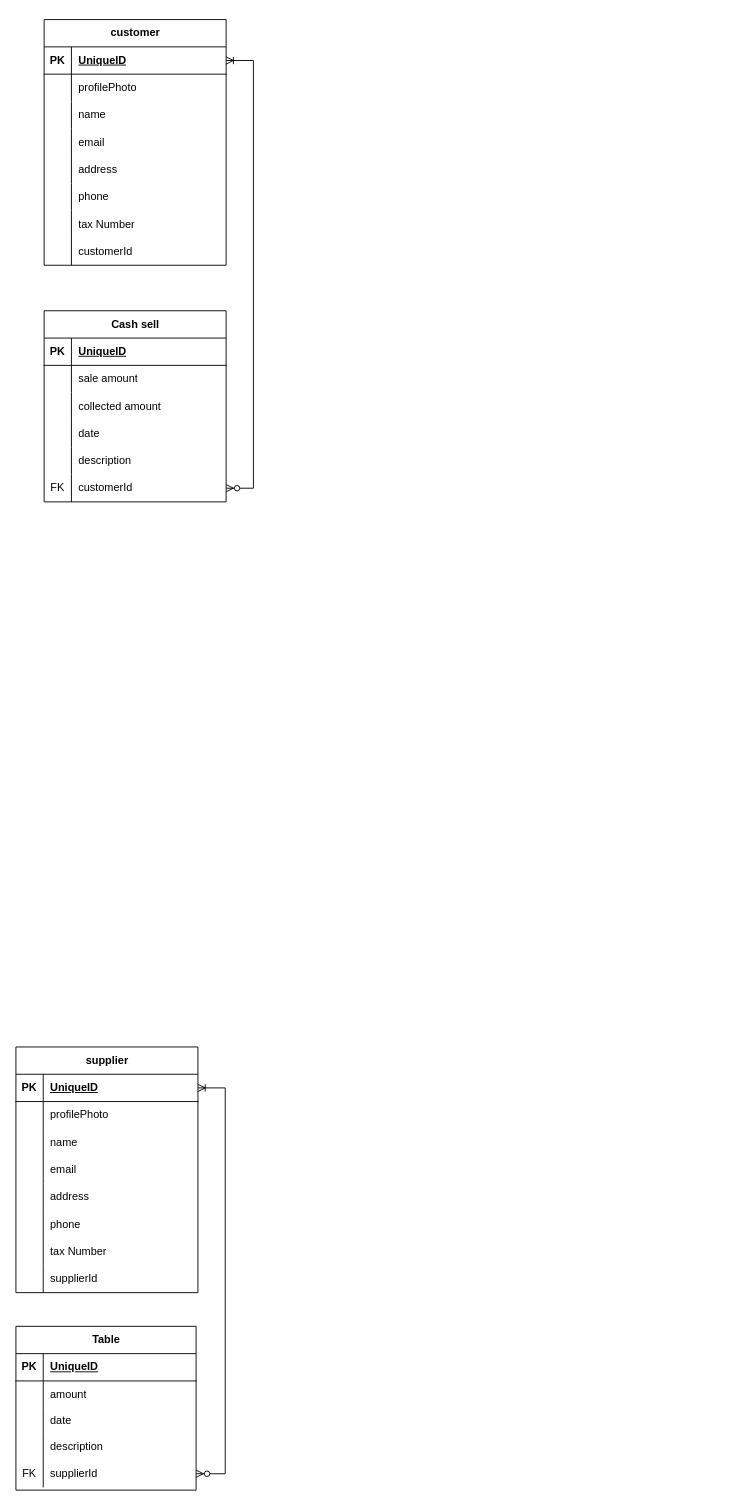
devsrakib/esBook keeps this draw.io diagram as databases/diagram.drawio. Above is the earlier version. Source tidied: cells renumbered, new cells numbered last; positions are measured from the earlier drawing's top-left corner, leaving out a move shared by most shapes. Both pictures are drawn from the tidied source at 91%, with x=0, y=0 at pixel (15, 19).
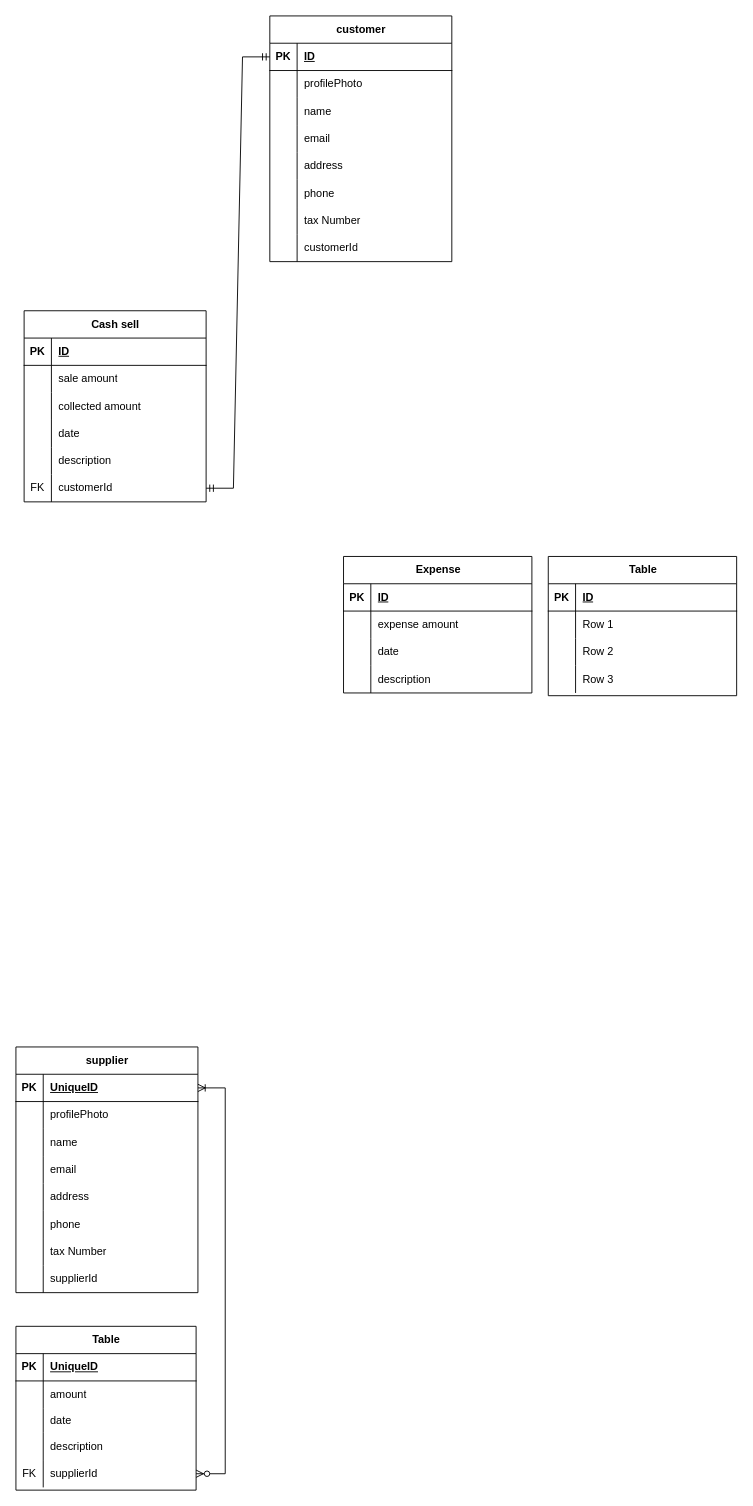
The same diagram, later.

Unchanged cells that the change refers to:
```xml
<mxCell id="3" style="shape=tableRow;horizontal=0;startSize=0;swimlaneHead=0;swimlaneBody=0;fillColor=none;points=[[0,0.5],[1,0.5]];portConstraint=eastwest;top=0;left=0;right=0;bottom=1;" parent="2" vertex="1">
  <mxGeometry y="30" width="200" height="30" as="geometry" />
</mxCell>
<mxCell id="28" style="shape=tableRow;horizontal=0;startSize=0;swimlaneHead=0;swimlaneBody=0;fillColor=none;top=0;left=0;right=0;bottom=1;" parent="27" vertex="1">
  <mxGeometry y="30" width="200" height="30" as="geometry" />
</mxCell>
<mxCell id="43" style="shape=tableRow;horizontal=0;startSize=0;swimlaneHead=0;swimlaneBody=0;fillColor=none;points=[[0,0.5],[1,0.5]];portConstraint=eastwest;top=0;left=0;right=0;bottom=0;" parent="27" vertex="1">
  <mxGeometry y="180" width="200" height="30" as="geometry" />
</mxCell>
```

Change to the diagram source:
```diff
@@
     <mxCell id="2" value="customer" style="shape=table;startSize=30;childLayout=tableLayout;rowLines=0;fontStyle=1;align=center;html=1;flipH=0;flipV=0;" parent="1" vertex="1">
-      <mxGeometry x="31" width="200" height="270" as="geometry" />
+      <mxGeometry x="279" y="-4" width="200" height="270" as="geometry" />
     </mxCell>
@@
-    <mxCell id="5" value="UniqueID" style="shape=partialRectangle;fillColor=none;top=0;left=0;bottom=0;right=0;align=left;spacingLeft=6;fontStyle=5;overflow=hidden;whiteSpace=wrap;html=1;" parent="3" vertex="1">
+    <mxCell id="5" value="ID" style="shape=partialRectangle;fillColor=none;top=0;left=0;bottom=0;right=0;align=left;spacingLeft=6;fontStyle=5;overflow=hidden;whiteSpace=wrap;html=1;" parent="3" vertex="1">
       <mxGeometry x="30" width="170" height="30" as="geometry" />
     </mxCell>
@@
     <mxCell id="27" value="Cash sell" style="shape=table;startSize=30;childLayout=tableLayout;rowLines=0;fontStyle=1;align=center;html=1;" parent="1" vertex="1">
-      <mxGeometry x="31" y="320" width="200" height="210" as="geometry" />
+      <mxGeometry x="9" y="320" width="200" height="210" as="geometry" />
     </mxCell>
@@
-    <mxCell id="30" value="UniqueID" style="shape=partialRectangle;fillColor=none;top=0;left=0;bottom=0;right=0;align=left;spacingLeft=6;fontStyle=5;overflow=hidden;whiteSpace=wrap;html=1;" parent="28" vertex="1">
+    <mxCell id="30" value="ID" style="shape=partialRectangle;fillColor=none;top=0;left=0;bottom=0;right=0;align=left;spacingLeft=6;fontStyle=5;overflow=hidden;whiteSpace=wrap;html=1;" parent="28" vertex="1">
       <mxGeometry x="30" width="170" height="30" as="geometry" />
     </mxCell>
@@
-    <mxCell id="71" style="edgeStyle=entityRelationEdgeStyle;fontSize=12;html=1;endArrow=ERoneToMany;startArrow=ERzeroToMany;rounded=0;exitX=1;exitY=0.5;exitDx=0;exitDy=0;" parent="1" edge="1" source="43" target="3">
-      <mxGeometry relative="1" as="geometry" />
-    </mxCell>
@@
+    <mxCell id="89" value="Expense" style="shape=table;startSize=30;childLayout=tableLayout;rowLines=0;fontStyle=1;align=center;html=1;" parent="1" vertex="1">
+      <mxGeometry x="360" y="590" width="207" height="150" as="geometry" />
+    </mxCell>
+    <mxCell id="90" style="shape=tableRow;horizontal=0;startSize=0;swimlaneHead=0;swimlaneBody=0;fillColor=none;top=0;left=0;right=0;bottom=1;" parent="89" vertex="1">
+      <mxGeometry y="30" width="207" height="30" as="geometry" />
+    </mxCell>
+    <mxCell id="91" value="PK" style="shape=partialRectangle;fillColor=none;top=0;left=0;bottom=0;right=0;fontStyle=1;overflow=hidden;whiteSpace=wrap;html=1;" parent="90" vertex="1">
+      <mxGeometry width="30" height="30" as="geometry" />
+    </mxCell>
+    <mxCell id="92" value="ID" style="shape=partialRectangle;fillColor=none;top=0;left=0;bottom=0;right=0;align=left;spacingLeft=6;fontStyle=5;overflow=hidden;whiteSpace=wrap;html=1;" parent="90" vertex="1">
+      <mxGeometry x="30" width="177" height="30" as="geometry" />
+    </mxCell>
+    <mxCell id="93" style="shape=tableRow;horizontal=0;startSize=0;swimlaneHead=0;swimlaneBody=0;fillColor=none;top=0;left=0;right=0;bottom=0;" parent="89" vertex="1">
+      <mxGeometry y="60" width="207" height="30" as="geometry" />
+    </mxCell>
+    <mxCell id="94" style="shape=partialRectangle;fillColor=none;top=0;left=0;bottom=0;right=0;overflow=hidden;whiteSpace=wrap;html=1;" parent="93" vertex="1">
+      <mxGeometry width="30" height="30" as="geometry" />
+    </mxCell>
+    <mxCell id="95" value="expense amount" style="shape=partialRectangle;fillColor=none;top=0;left=0;bottom=0;right=0;align=left;spacingLeft=6;overflow=hidden;whiteSpace=wrap;html=1;" parent="93" vertex="1">
+      <mxGeometry x="30" width="177" height="30" as="geometry" />
+    </mxCell>
+    <mxCell id="96" style="shape=tableRow;horizontal=0;startSize=0;swimlaneHead=0;swimlaneBody=0;fillColor=none;top=0;left=0;right=0;bottom=0;" parent="89" vertex="1">
+      <mxGeometry y="90" width="207" height="30" as="geometry" />
+    </mxCell>
+    <mxCell id="97" style="shape=partialRectangle;fillColor=none;top=0;left=0;bottom=0;right=0;overflow=hidden;whiteSpace=wrap;html=1;" parent="96" vertex="1">
+      <mxGeometry width="30" height="30" as="geometry" />
+    </mxCell>
+    <mxCell id="98" value="date" style="shape=partialRectangle;fillColor=none;top=0;left=0;bottom=0;right=0;align=left;spacingLeft=6;overflow=hidden;whiteSpace=wrap;html=1;" parent="96" vertex="1">
+      <mxGeometry x="30" width="177" height="30" as="geometry" />
+    </mxCell>
+    <mxCell id="99" style="shape=tableRow;horizontal=0;startSize=0;swimlaneHead=0;swimlaneBody=0;fillColor=none;top=0;left=0;right=0;bottom=0;" parent="89" vertex="1">
+      <mxGeometry y="120" width="207" height="30" as="geometry" />
+    </mxCell>
+    <mxCell id="100" style="shape=partialRectangle;fillColor=none;top=0;left=0;bottom=0;right=0;overflow=hidden;whiteSpace=wrap;html=1;" parent="99" vertex="1">
+      <mxGeometry width="30" height="30" as="geometry" />
+    </mxCell>
+    <mxCell id="101" value="description" style="shape=partialRectangle;fillColor=none;top=0;left=0;bottom=0;right=0;align=left;spacingLeft=6;overflow=hidden;whiteSpace=wrap;html=1;" parent="99" vertex="1">
+      <mxGeometry x="30" width="177" height="30" as="geometry" />
+    </mxCell>
+    <mxCell id="102" value="Table" style="shape=table;startSize=30;childLayout=tableLayout;rowLines=0;fontStyle=1;align=center;html=1;" parent="1" vertex="1">
+      <mxGeometry x="585" y="590" width="207" height="153" as="geometry" />
+    </mxCell>
+    <mxCell id="103" style="shape=tableRow;horizontal=0;startSize=0;swimlaneHead=0;swimlaneBody=0;fillColor=none;top=0;left=0;right=0;bottom=1;" parent="102" vertex="1">
+      <mxGeometry y="30" width="207" height="30" as="geometry" />
+    </mxCell>
+    <mxCell id="104" value="PK" style="shape=partialRectangle;fillColor=none;top=0;left=0;bottom=0;right=0;fontStyle=1;overflow=hidden;whiteSpace=wrap;html=1;" parent="103" vertex="1">
+      <mxGeometry width="30" height="30" as="geometry" />
+    </mxCell>
+    <mxCell id="105" value="ID" style="shape=partialRectangle;fillColor=none;top=0;left=0;bottom=0;right=0;align=left;spacingLeft=6;fontStyle=5;overflow=hidden;whiteSpace=wrap;html=1;" parent="103" vertex="1">
+      <mxGeometry x="30" width="177" height="30" as="geometry" />
+    </mxCell>
+    <mxCell id="106" style="shape=tableRow;horizontal=0;startSize=0;swimlaneHead=0;swimlaneBody=0;fillColor=none;top=0;left=0;right=0;bottom=0;" parent="102" vertex="1">
+      <mxGeometry y="60" width="207" height="30" as="geometry" />
+    </mxCell>
+    <mxCell id="107" style="shape=partialRectangle;fillColor=none;top=0;left=0;bottom=0;right=0;overflow=hidden;whiteSpace=wrap;html=1;" parent="106" vertex="1">
+      <mxGeometry width="30" height="30" as="geometry" />
+    </mxCell>
+    <mxCell id="108" value="Row 1" style="shape=partialRectangle;fillColor=none;top=0;left=0;bottom=0;right=0;align=left;spacingLeft=6;overflow=hidden;whiteSpace=wrap;html=1;" parent="106" vertex="1">
+      <mxGeometry x="30" width="177" height="30" as="geometry" />
+    </mxCell>
+    <mxCell id="109" style="shape=tableRow;horizontal=0;startSize=0;swimlaneHead=0;swimlaneBody=0;fillColor=none;top=0;left=0;right=0;bottom=0;" parent="102" vertex="1">
+      <mxGeometry y="90" width="207" height="30" as="geometry" />
+    </mxCell>
+    <mxCell id="110" style="shape=partialRectangle;fillColor=none;top=0;left=0;bottom=0;right=0;overflow=hidden;whiteSpace=wrap;html=1;" parent="109" vertex="1">
+      <mxGeometry width="30" height="30" as="geometry" />
+    </mxCell>
+    <mxCell id="111" value="Row 2" style="shape=partialRectangle;fillColor=none;top=0;left=0;bottom=0;right=0;align=left;spacingLeft=6;overflow=hidden;whiteSpace=wrap;html=1;" parent="109" vertex="1">
+      <mxGeometry x="30" width="177" height="30" as="geometry" />
+    </mxCell>
+    <mxCell id="112" style="shape=tableRow;horizontal=0;startSize=0;swimlaneHead=0;swimlaneBody=0;fillColor=none;top=0;left=0;right=0;bottom=0;" parent="102" vertex="1">
+      <mxGeometry y="120" width="207" height="30" as="geometry" />
+    </mxCell>
+    <mxCell id="113" style="shape=partialRectangle;fillColor=none;top=0;left=0;bottom=0;right=0;overflow=hidden;whiteSpace=wrap;html=1;" parent="112" vertex="1">
+      <mxGeometry width="30" height="30" as="geometry" />
+    </mxCell>
+    <mxCell id="114" value="Row 3" style="shape=partialRectangle;fillColor=none;top=0;left=0;bottom=0;right=0;align=left;spacingLeft=6;overflow=hidden;whiteSpace=wrap;html=1;" parent="112" vertex="1">
+      <mxGeometry x="30" width="177" height="30" as="geometry" />
+    </mxCell>
+    <mxCell id="115" style="edgeStyle=entityRelationEdgeStyle;fontSize=12;html=1;endArrow=ERmandOne;startArrow=ERmandOne;rounded=0;exitX=1;exitY=0.5;exitDx=0;exitDy=0;" parent="1" edge="1" source="43">
+      <mxGeometry relative="1" as="geometry">
+        <mxPoint x="279" y="41" as="targetPoint" />
+      </mxGeometry>
+    </mxCell>
```
